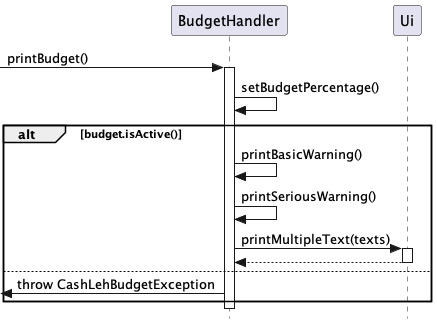
Above: docs/Images/budgetHandler_sequenceDiagram.png in nus-cs2113-AY2324S1/tp (PlantUML), before the change. Source of this version:
```plantuml
@startuml

skinparam Style strictuml

-> BudgetHandler: printBudget()
activate BudgetHandler
BudgetHandler -> BudgetHandler: setBudgetPercentage()
alt budget.isActive()
BudgetHandler -> BudgetHandler: printBasicWarning()
BudgetHandler -> BudgetHandler: printSeriousWarning()
BudgetHandler -> Ui: printMultipleText(texts)
activate Ui
Ui --> BudgetHandler
deactivate Ui
else
<- BudgetHandler: throw CashLehBudgetException
end
deactivate BudgetHandler

@enduml
```
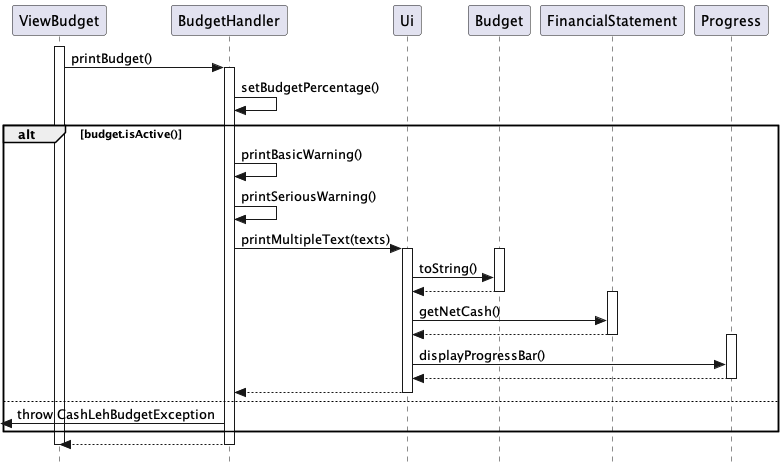
Later version of the same file.

Commit message:
Update BudgetHandler sequence diagram

Change to the diagram source:
```diff
@@ -2,7 +2,8 @@
 
 skinparam Style strictuml
 
--> BudgetHandler: printBudget()
+activate ViewBudget
+ViewBudget -> BudgetHandler: printBudget()
 activate BudgetHandler
 BudgetHandler -> BudgetHandler: setBudgetPercentage()
 alt budget.isActive()
@@ -10,11 +11,25 @@
 BudgetHandler -> BudgetHandler: printSeriousWarning()
 BudgetHandler -> Ui: printMultipleText(texts)
 activate Ui
+activate Budget
+Ui -> Budget: toString()
+Budget --> Ui
+deactivate Budget
+activate FinancialStatement
+Ui -> FinancialStatement: getNetCash()
+FinancialStatement --> Ui
+deactivate FinancialStatement
+activate Progress
+Ui -> Progress: displayProgressBar()
+Progress --> Ui
+deactivate Progress
 Ui --> BudgetHandler
 deactivate Ui
 else
 <- BudgetHandler: throw CashLehBudgetException
 end
+BudgetHandler --> ViewBudget
+deactivate ViewBudget
 deactivate BudgetHandler
 
 @enduml
```
